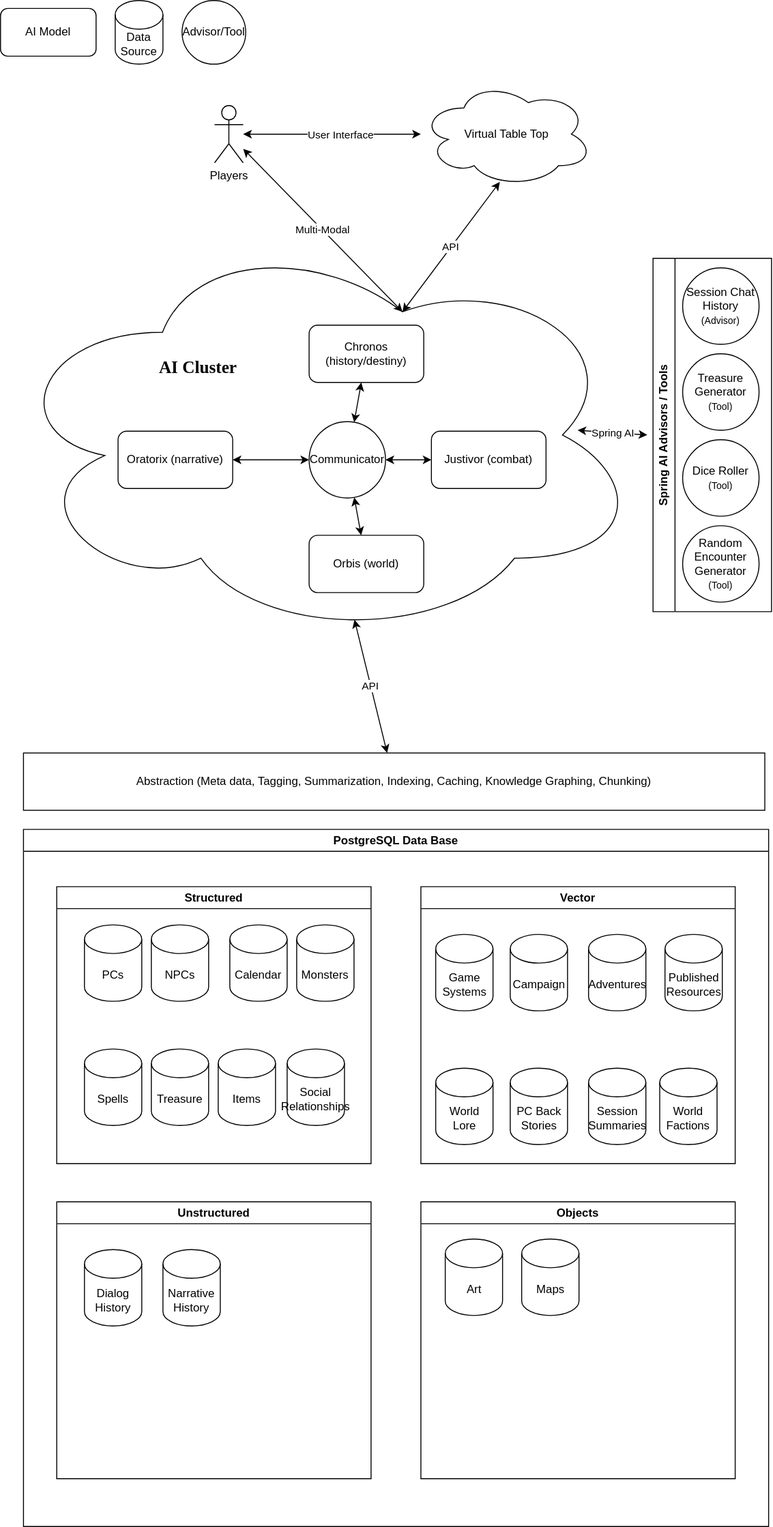
Earlier version of the draw.io export src/main/resources/project/Architecture.svg (marcuslull/AIGM). Source tidied: cells renumbered, new cells last; positions are measured from the earlier drawing's top-left corner, leaving out a move shared by most shapes. The source it was exported from:
```xml
<mxGraphModel>
  <root>
    <mxCell id="0" />
    <mxCell id="1" parent="0" />
    <mxCell id="2" style="ellipse;shape=cloud;whiteSpace=wrap;html=1;fillColor=none;" parent="1" vertex="1">
      <mxGeometry x="2" y="240" width="670" height="430" as="geometry" />
    </mxCell>
    <mxCell id="3" value="Oratorix (narrative)" style="rounded=1;whiteSpace=wrap;html=1;" parent="1" vertex="1">
      <mxGeometry x="123" y="451" width="120" height="60" as="geometry" />
    </mxCell>
    <mxCell id="4" value="Justivor (combat)" style="rounded=1;whiteSpace=wrap;html=1;" parent="1" vertex="1">
      <mxGeometry x="451" y="451" width="120" height="60" as="geometry" />
    </mxCell>
    <mxCell id="5" value="Orbis (world)" style="rounded=1;whiteSpace=wrap;html=1;" parent="1" vertex="1">
      <mxGeometry x="323" y="560" width="120" height="60" as="geometry" />
    </mxCell>
    <mxCell id="6" value="Chronos (history/destiny)" style="rounded=1;whiteSpace=wrap;html=1;" parent="1" vertex="1">
      <mxGeometry x="323" y="340" width="120" height="60" as="geometry" />
    </mxCell>
    <mxCell id="7" style="endArrow=classic;startArrow=classic;html=1;rounded=0;" parent="1" edge="1" source="5" target="14">
      <mxGeometry relative="1" as="geometry" />
    </mxCell>
    <mxCell id="8" style="endArrow=classic;startArrow=classic;html=1;rounded=0;" parent="1" edge="1" source="14" target="3">
      <mxGeometry relative="1" as="geometry" />
    </mxCell>
    <mxCell id="9" style="endArrow=classic;startArrow=classic;html=1;rounded=0;" parent="1" edge="1" source="14" target="4">
      <mxGeometry relative="1" as="geometry" />
    </mxCell>
    <mxCell id="10" style="endArrow=classic;startArrow=classic;html=1;rounded=0;" parent="1" edge="1" source="6" target="14">
      <mxGeometry relative="1" as="geometry" />
    </mxCell>
    <mxCell id="11" value="Dice Roller&lt;br&gt;&lt;font style=&quot;font-size: 10px;&quot;&gt;(Tool)&lt;/font&gt;" style="ellipse;whiteSpace=wrap;html=1;" parent="1" vertex="1">
      <mxGeometry x="714" y="460" width="80" height="80" as="geometry" />
    </mxCell>
    <mxCell id="12" value="Treasure Generator&lt;br&gt;&lt;font style=&quot;font-size: 10px;&quot;&gt;(Tool)&lt;/font&gt;" style="ellipse;whiteSpace=wrap;html=1;" parent="1" vertex="1">
      <mxGeometry x="714" y="370" width="80" height="80" as="geometry" />
    </mxCell>
    <mxCell id="13" value="Random Encounter Generator&lt;br&gt;&lt;font style=&quot;font-size: 10px;&quot;&gt;(Tool)&lt;/font&gt;" style="ellipse;whiteSpace=wrap;html=1;" parent="1" vertex="1">
      <mxGeometry x="714" y="550" width="80" height="80" as="geometry" />
    </mxCell>
    <mxCell id="14" value="Communicator" style="ellipse;whiteSpace=wrap;html=1;" parent="1" vertex="1">
      <mxGeometry x="323" y="441" width="80" height="80" as="geometry" />
    </mxCell>
    <mxCell id="15" value="AI Model" style="rounded=1;whiteSpace=wrap;html=1;" parent="1" vertex="1">
      <mxGeometry y="8.3" width="100" height="50" as="geometry" />
    </mxCell>
    <mxCell id="16" value="Data Source" style="shape=cylinder3;whiteSpace=wrap;html=1;boundedLbl=1;backgroundOutline=1;size=15;" parent="1" vertex="1">
      <mxGeometry x="120" width="50" height="66.7" as="geometry" />
    </mxCell>
    <mxCell id="17" value="Advisor/Tool" style="ellipse;whiteSpace=wrap;html=1;" parent="1" vertex="1">
      <mxGeometry x="190" width="66.7" height="66.7" as="geometry" />
    </mxCell>
    <mxCell id="18" value="PostgreSQL Data Base" style="swimlane;whiteSpace=wrap;html=1;" parent="1" vertex="1">
      <mxGeometry x="24" y="868" width="780" height="730" as="geometry" />
    </mxCell>
    <mxCell id="19" value="Structured" style="swimlane;whiteSpace=wrap;html=1;" parent="18" vertex="1">
      <mxGeometry x="34.8" y="60" width="329" height="290" as="geometry" />
    </mxCell>
    <mxCell id="20" value="PCs" style="shape=cylinder3;whiteSpace=wrap;html=1;boundedLbl=1;backgroundOutline=1;size=15;" parent="19" vertex="1">
      <mxGeometry x="29" y="40" width="60" height="80" as="geometry" />
    </mxCell>
    <mxCell id="21" value="NPCs" style="shape=cylinder3;whiteSpace=wrap;html=1;boundedLbl=1;backgroundOutline=1;size=15;" parent="19" vertex="1">
      <mxGeometry x="99" y="40" width="60" height="80" as="geometry" />
    </mxCell>
    <mxCell id="22" value="Calendar" style="shape=cylinder3;whiteSpace=wrap;html=1;boundedLbl=1;backgroundOutline=1;size=15;" parent="19" vertex="1">
      <mxGeometry x="181.2" y="40" width="60" height="80" as="geometry" />
    </mxCell>
    <mxCell id="23" value="Items" style="shape=cylinder3;whiteSpace=wrap;html=1;boundedLbl=1;backgroundOutline=1;size=15;" parent="19" vertex="1">
      <mxGeometry x="169" y="170" width="60" height="80" as="geometry" />
    </mxCell>
    <mxCell id="24" value="Spells" style="shape=cylinder3;whiteSpace=wrap;html=1;boundedLbl=1;backgroundOutline=1;size=15;" parent="19" vertex="1">
      <mxGeometry x="29" y="170" width="60" height="80" as="geometry" />
    </mxCell>
    <mxCell id="25" value="Treasure" style="shape=cylinder3;whiteSpace=wrap;html=1;boundedLbl=1;backgroundOutline=1;size=15;" parent="19" vertex="1">
      <mxGeometry x="99" y="170" width="60" height="80" as="geometry" />
    </mxCell>
    <mxCell id="26" value="Monsters" style="shape=cylinder3;whiteSpace=wrap;html=1;boundedLbl=1;backgroundOutline=1;size=15;" parent="19" vertex="1">
      <mxGeometry x="251.2" y="40" width="60" height="80" as="geometry" />
    </mxCell>
    <mxCell id="27" value="Social Relationships" style="shape=cylinder3;whiteSpace=wrap;html=1;boundedLbl=1;backgroundOutline=1;size=15;" parent="19" vertex="1">
      <mxGeometry x="241.2" y="170" width="60" height="80" as="geometry" />
    </mxCell>
    <mxCell id="28" value="Vector" style="swimlane;whiteSpace=wrap;html=1;" parent="18" vertex="1">
      <mxGeometry x="416" y="60" width="329" height="290" as="geometry" />
    </mxCell>
    <mxCell id="29" value="Game Systems" style="shape=cylinder3;whiteSpace=wrap;html=1;boundedLbl=1;backgroundOutline=1;size=15;" parent="28" vertex="1">
      <mxGeometry x="15.5" y="50" width="60" height="80" as="geometry" />
    </mxCell>
    <mxCell id="30" value="Campaign" style="shape=cylinder3;whiteSpace=wrap;html=1;boundedLbl=1;backgroundOutline=1;size=15;" parent="28" vertex="1">
      <mxGeometry x="93.5" y="50" width="60" height="80" as="geometry" />
    </mxCell>
    <mxCell id="31" value="Adventures" style="shape=cylinder3;whiteSpace=wrap;html=1;boundedLbl=1;backgroundOutline=1;size=15;" parent="28" vertex="1">
      <mxGeometry x="175.5" y="50" width="60" height="80" as="geometry" />
    </mxCell>
    <mxCell id="32" value="Published Resources" style="shape=cylinder3;whiteSpace=wrap;html=1;boundedLbl=1;backgroundOutline=1;size=15;" parent="28" vertex="1">
      <mxGeometry x="255.5" y="50" width="60" height="80" as="geometry" />
    </mxCell>
    <mxCell id="33" value="World Lore" style="shape=cylinder3;whiteSpace=wrap;html=1;boundedLbl=1;backgroundOutline=1;size=15;" parent="28" vertex="1">
      <mxGeometry x="15.5" y="190" width="60" height="80" as="geometry" />
    </mxCell>
    <mxCell id="34" value="PC Back Stories" style="shape=cylinder3;whiteSpace=wrap;html=1;boundedLbl=1;backgroundOutline=1;size=15;" parent="28" vertex="1">
      <mxGeometry x="93.5" y="190" width="60" height="80" as="geometry" />
    </mxCell>
    <mxCell id="35" value="Session Summaries" style="shape=cylinder3;whiteSpace=wrap;html=1;boundedLbl=1;backgroundOutline=1;size=15;" parent="28" vertex="1">
      <mxGeometry x="175.5" y="190" width="60" height="80" as="geometry" />
    </mxCell>
    <mxCell id="36" value="World Factions" style="shape=cylinder3;whiteSpace=wrap;html=1;boundedLbl=1;backgroundOutline=1;size=15;" parent="28" vertex="1">
      <mxGeometry x="250" y="190" width="60" height="80" as="geometry" />
    </mxCell>
    <mxCell id="37" value="Unstructured" style="swimlane;whiteSpace=wrap;html=1;" parent="18" vertex="1">
      <mxGeometry x="34.8" y="390" width="329" height="290" as="geometry" />
    </mxCell>
    <mxCell id="38" value="Dialog History" style="shape=cylinder3;whiteSpace=wrap;html=1;boundedLbl=1;backgroundOutline=1;size=15;" parent="37" vertex="1">
      <mxGeometry x="29" y="50" width="60" height="80" as="geometry" />
    </mxCell>
    <mxCell id="39" value="Narrative History" style="shape=cylinder3;whiteSpace=wrap;html=1;boundedLbl=1;backgroundOutline=1;size=15;" parent="37" vertex="1">
      <mxGeometry x="111.2" y="50" width="60" height="80" as="geometry" />
    </mxCell>
    <mxCell id="40" value="Objects" style="swimlane;whiteSpace=wrap;html=1;" parent="18" vertex="1">
      <mxGeometry x="416" y="390" width="329" height="290" as="geometry" />
    </mxCell>
    <mxCell id="41" value="Art" style="shape=cylinder3;whiteSpace=wrap;html=1;boundedLbl=1;backgroundOutline=1;size=15;" parent="40" vertex="1">
      <mxGeometry x="25.5" y="39" width="60" height="80" as="geometry" />
    </mxCell>
    <mxCell id="42" value="Maps" style="shape=cylinder3;whiteSpace=wrap;html=1;boundedLbl=1;backgroundOutline=1;size=15;" parent="40" vertex="1">
      <mxGeometry x="105.5" y="39" width="60" height="80" as="geometry" />
    </mxCell>
    <mxCell id="43" value="Players" style="shape=umlActor;verticalLabelPosition=bottom;verticalAlign=top;html=1;outlineConnect=0;" parent="1" vertex="1">
      <mxGeometry x="224" y="110" width="30" height="60" as="geometry" />
    </mxCell>
    <mxCell id="44" value="Multi-Modal" style="endArrow=classic;startArrow=classic;html=1;rounded=0;entryX=0.625;entryY=0.2;entryDx=0;entryDy=0;entryPerimeter=0;" parent="1" edge="1" source="43" target="2">
      <mxGeometry relative="1" as="geometry" />
    </mxCell>
    <mxCell id="45" value="&lt;h2&gt;&lt;b&gt;&lt;font face=&quot;Georgia&quot;&gt;AI Cluster&lt;/font&gt;&lt;/b&gt;&lt;/h2&gt;" style="text;html=1;strokeColor=none;fillColor=none;align=center;verticalAlign=middle;whiteSpace=wrap;rounded=0;" parent="1" vertex="1">
      <mxGeometry x="157" y="370" width="100" height="30" as="geometry" />
    </mxCell>
    <mxCell id="46" value="Session Chat History&lt;br&gt;&lt;font style=&quot;font-size: 10px;&quot;&gt;(&lt;font style=&quot;font-size: 10px;&quot;&gt;Advisor)&lt;/font&gt;&lt;/font&gt;" style="ellipse;whiteSpace=wrap;html=1;" parent="1" vertex="1">
      <mxGeometry x="714" y="280" width="80" height="80" as="geometry" />
    </mxCell>
    <mxCell id="47" value="API" style="endArrow=classic;startArrow=classic;html=1;rounded=0;entryX=0.55;entryY=0.95;entryDx=0;entryDy=0;entryPerimeter=0;" parent="1" edge="1" source="54" target="2">
      <mxGeometry relative="1" as="geometry" />
    </mxCell>
    <mxCell id="48" value="Virtual Table Top" style="ellipse;shape=cloud;whiteSpace=wrap;html=1;fillColor=none;" parent="1" vertex="1">
      <mxGeometry x="440" y="85" width="180" height="110" as="geometry" />
    </mxCell>
    <mxCell id="49" value="API" style="endArrow=classic;startArrow=classic;html=1;rounded=0;exitX=0.625;exitY=0.2;exitDx=0;exitDy=0;exitPerimeter=0;" parent="1" edge="1" source="2">
      <mxGeometry relative="1" as="geometry">
        <mxPoint x="522.6" y="190" as="targetPoint" />
      </mxGeometry>
    </mxCell>
    <mxCell id="50" style="endArrow=classic;startArrow=classic;html=1;rounded=0;" parent="1" edge="1" source="43" target="48">
      <mxGeometry relative="1" as="geometry" />
    </mxCell>
    <mxCell id="51" value="User Interface" style="edgeLabel;html=1;align=center;verticalAlign=middle;" parent="50" vertex="1">
      <mxGeometry x="0.09" y="-2" relative="1" as="geometry">
        <mxPoint y="-2" as="offset" />
      </mxGeometry>
    </mxCell>
    <mxCell id="52" value="Spring AI Advisors / Tools" style="swimlane;horizontal=0;whiteSpace=wrap;html=1;" parent="1" vertex="1">
      <mxGeometry x="683" y="270" width="124" height="370" as="geometry" />
    </mxCell>
    <mxCell id="53" value="Spring AI" style="endArrow=classic;startArrow=classic;html=1;rounded=0;entryX=0;entryY=0.5;entryDx=0;entryDy=0;" parent="1" edge="1">
      <mxGeometry relative="1" as="geometry">
        <mxPoint x="604" y="450" as="sourcePoint" />
        <mxPoint x="677" y="455" as="targetPoint" />
      </mxGeometry>
    </mxCell>
    <mxCell id="54" value="Abstraction (Meta data, Tagging, Summarization, Indexing, Caching, Knowledge Graphing, Chunking)" style="rounded=0;whiteSpace=wrap;html=1;fillColor=none;" parent="1" vertex="1">
      <mxGeometry x="24" y="788" width="776" height="60" as="geometry" />
    </mxCell>
  </root>
</mxGraphModel>
```
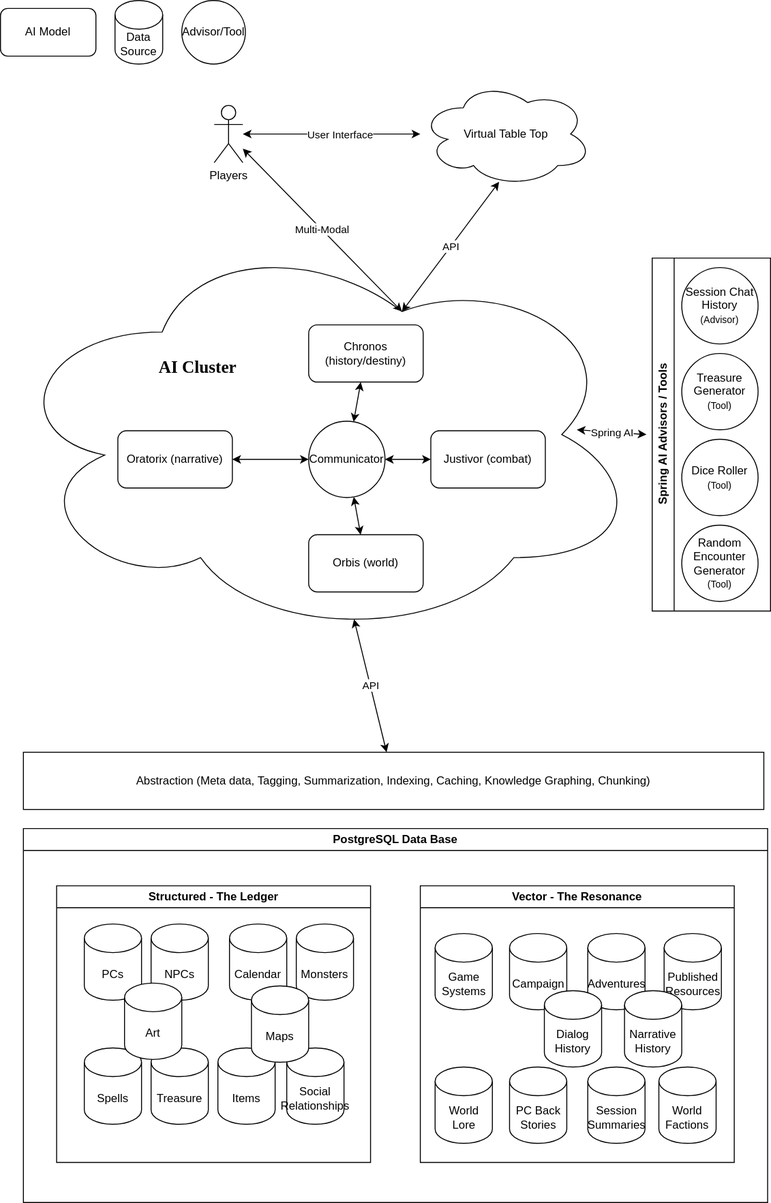
After the change.

Change to the diagram source:
```diff
@@ -51,9 +51,9 @@
       <mxGeometry x="190" width="66.7" height="66.7" as="geometry" />
     </mxCell>
     <mxCell id="18" value="PostgreSQL Data Base" style="swimlane;whiteSpace=wrap;html=1;" parent="1" vertex="1">
-      <mxGeometry x="24" y="868" width="780" height="730" as="geometry" />
+      <mxGeometry x="24" y="868" width="780" height="392" as="geometry" />
     </mxCell>
-    <mxCell id="19" value="Structured" style="swimlane;whiteSpace=wrap;html=1;" parent="18" vertex="1">
+    <mxCell id="19" value="Structured - The Ledger" style="swimlane;whiteSpace=wrap;html=1;" parent="18" vertex="1">
       <mxGeometry x="34.8" y="60" width="329" height="290" as="geometry" />
     </mxCell>
     <mxCell id="20" value="PCs" style="shape=cylinder3;whiteSpace=wrap;html=1;boundedLbl=1;backgroundOutline=1;size=15;" parent="19" vertex="1">
@@ -80,7 +80,13 @@
     <mxCell id="27" value="Social Relationships" style="shape=cylinder3;whiteSpace=wrap;html=1;boundedLbl=1;backgroundOutline=1;size=15;" parent="19" vertex="1">
       <mxGeometry x="241.2" y="170" width="60" height="80" as="geometry" />
     </mxCell>
+    <mxCell id="41" value="Art" style="shape=cylinder3;whiteSpace=wrap;html=1;boundedLbl=1;backgroundOutline=1;size=15;" parent="19" vertex="1">
+      <mxGeometry x="71.2" y="102" width="60" height="80" as="geometry" />
+    </mxCell>
+    <mxCell id="42" value="Maps" style="shape=cylinder3;whiteSpace=wrap;html=1;boundedLbl=1;backgroundOutline=1;size=15;" parent="19" vertex="1">
+      <mxGeometry x="204.2" y="105" width="60" height="80" as="geometry" />
+    </mxCell>
-    <mxCell id="28" value="Vector" style="swimlane;whiteSpace=wrap;html=1;" parent="18" vertex="1">
+    <mxCell id="28" value="Vector - The Resonance" style="swimlane;whiteSpace=wrap;html=1;" parent="18" vertex="1">
       <mxGeometry x="416" y="60" width="329" height="290" as="geometry" />
     </mxCell>
     <mxCell id="29" value="Game Systems" style="shape=cylinder3;whiteSpace=wrap;html=1;boundedLbl=1;backgroundOutline=1;size=15;" parent="28" vertex="1">
@@ -107,24 +113,12 @@
     <mxCell id="36" value="World Factions" style="shape=cylinder3;whiteSpace=wrap;html=1;boundedLbl=1;backgroundOutline=1;size=15;" parent="28" vertex="1">
       <mxGeometry x="250" y="190" width="60" height="80" as="geometry" />
     </mxCell>
-    <mxCell id="37" value="Unstructured" style="swimlane;whiteSpace=wrap;html=1;" parent="18" vertex="1">
-      <mxGeometry x="34.8" y="390" width="329" height="290" as="geometry" />
-    </mxCell>
-    <mxCell id="38" value="Dialog History" style="shape=cylinder3;whiteSpace=wrap;html=1;boundedLbl=1;backgroundOutline=1;size=15;" parent="37" vertex="1">
-      <mxGeometry x="29" y="50" width="60" height="80" as="geometry" />
+    <mxCell id="38" value="Dialog History" style="shape=cylinder3;whiteSpace=wrap;html=1;boundedLbl=1;backgroundOutline=1;size=15;" parent="28" vertex="1">
+      <mxGeometry x="130" y="110" width="60" height="80" as="geometry" />
     </mxCell>
-    <mxCell id="39" value="Narrative History" style="shape=cylinder3;whiteSpace=wrap;html=1;boundedLbl=1;backgroundOutline=1;size=15;" parent="37" vertex="1">
-      <mxGeometry x="111.2" y="50" width="60" height="80" as="geometry" />
+    <mxCell id="39" value="Narrative History" style="shape=cylinder3;whiteSpace=wrap;html=1;boundedLbl=1;backgroundOutline=1;size=15;" parent="28" vertex="1">
+      <mxGeometry x="214" y="110" width="60" height="80" as="geometry" />
     </mxCell>
-    <mxCell id="40" value="Objects" style="swimlane;whiteSpace=wrap;html=1;" parent="18" vertex="1">
-      <mxGeometry x="416" y="390" width="329" height="290" as="geometry" />
-    </mxCell>
-    <mxCell id="41" value="Art" style="shape=cylinder3;whiteSpace=wrap;html=1;boundedLbl=1;backgroundOutline=1;size=15;" parent="40" vertex="1">
-      <mxGeometry x="25.5" y="39" width="60" height="80" as="geometry" />
-    </mxCell>
-    <mxCell id="42" value="Maps" style="shape=cylinder3;whiteSpace=wrap;html=1;boundedLbl=1;backgroundOutline=1;size=15;" parent="40" vertex="1">
-      <mxGeometry x="105.5" y="39" width="60" height="80" as="geometry" />
-    </mxCell>
     <mxCell id="43" value="Players" style="shape=umlActor;verticalLabelPosition=bottom;verticalAlign=top;html=1;outlineConnect=0;" parent="1" vertex="1">
       <mxGeometry x="224" y="110" width="30" height="60" as="geometry" />
     </mxCell>
```
